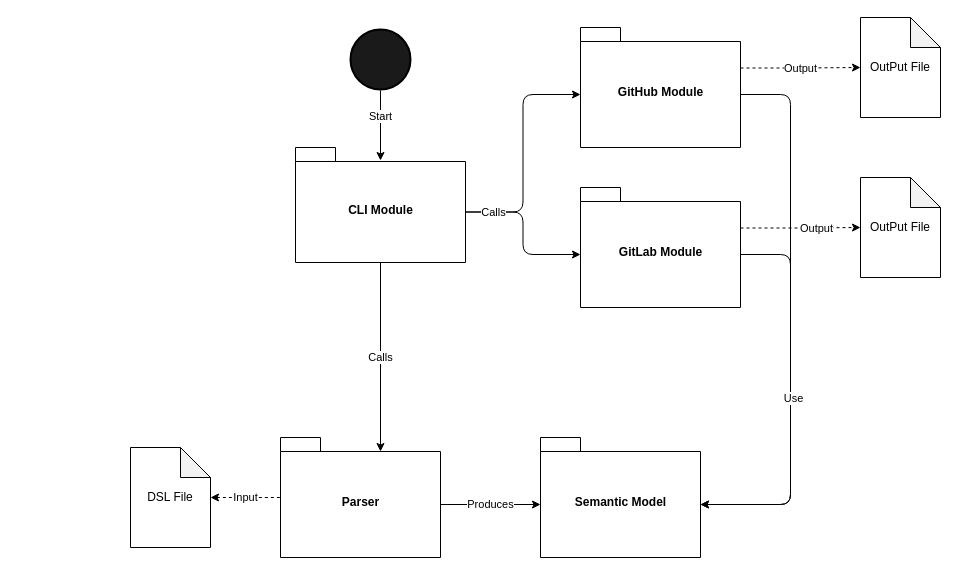
Earlier version of the draw.io diagram page "SystemOverview" (1 of 6) of documentation/diagrams/SystemOverview.drawio (Tobiaskr12/SingularCI). Source tidied: cells renumbered, new cells numbered last; positions are measured from the earlier drawing's top-left corner, leaving out a move shared by most shapes. Both pictures are drawn from the tidied source at 100%, with x=0, y=0 at pixel (130, 17).
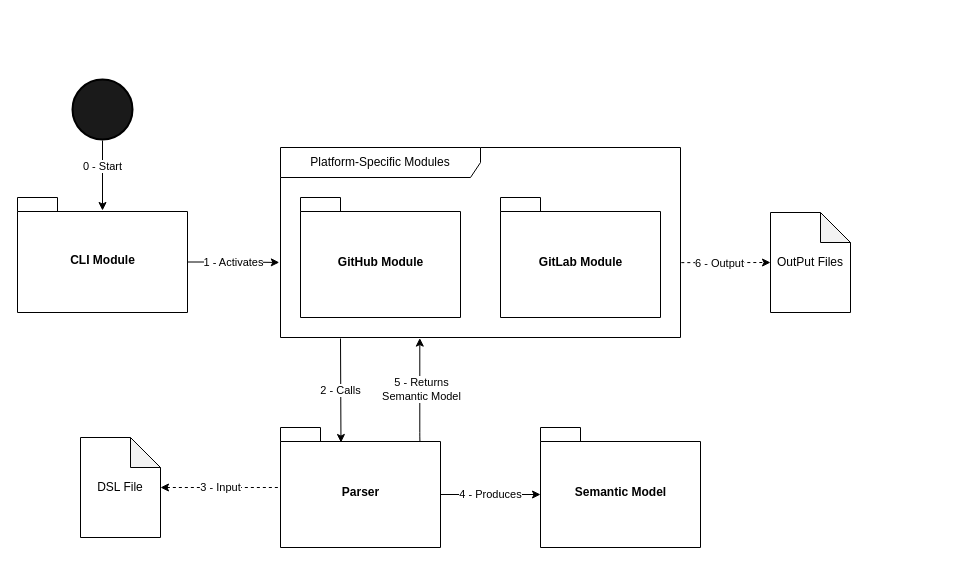
After the change.

The edit, as a diff of the source:
```diff
@@
-    <mxCell id="2" value="Calls" style="edgeStyle=none;html=1;exitX=0.5;exitY=1;exitDx=0;exitDy=0;exitPerimeter=0;entryX=0;entryY=0;entryDx=100;entryDy=14;entryPerimeter=0;startArrow=none;startFill=0;" parent="1" edge="1" source="5" target="7">
-      <mxGeometry relative="1" as="geometry" />
-    </mxCell>
-    <mxCell id="3" style="edgeStyle=orthogonalEdgeStyle;html=1;exitX=0;exitY=0;exitDx=170;exitDy=64.5;exitPerimeter=0;entryX=0;entryY=0;entryDx=0;entryDy=67;entryPerimeter=0;startArrow=none;startFill=0;endArrow=classic;endFill=1;" parent="1" edge="1" source="5" target="11">
-      <mxGeometry relative="1" as="geometry" />
-    </mxCell>
-    <mxCell id="4" value="Calls" style="edgeStyle=orthogonalEdgeStyle;html=1;exitX=0;exitY=0;exitDx=170;exitDy=64.5;exitPerimeter=0;entryX=0;entryY=0;entryDx=0;entryDy=67;entryPerimeter=0;startArrow=none;startFill=0;endArrow=classic;endFill=1;" parent="1" edge="1" source="5" target="16">
-      <mxGeometry x="-0.65" relative="1" as="geometry" />
-    </mxCell>
+    <mxCell id="24" value="Platform-Specific Modules" style="shape=umlFrame;whiteSpace=wrap;html=1;width=200;height=30;" parent="1" vertex="1">
+      <mxGeometry x="150" y="130" width="400" height="190" as="geometry" />
+    </mxCell>
+    <mxCell id="25" value="1 - Activates" style="edgeStyle=orthogonalEdgeStyle;html=1;exitX=0;exitY=0;exitDx=170;exitDy=64.5;exitPerimeter=0;entryX=-0.003;entryY=0.605;entryDx=0;entryDy=0;entryPerimeter=0;startArrow=none;startFill=0;endArrow=classic;endFill=1;" parent="1" edge="1" source="5" target="24">
+      <mxGeometry relative="1" as="geometry" />
+    </mxCell>
     <mxCell id="5" value="CLI Module" style="shape=folder;fontStyle=1;spacingTop=10;tabWidth=40;tabHeight=14;tabPosition=left;html=1;" parent="1" vertex="1">
-      <mxGeometry x="165" y="130" width="170" height="115" as="geometry" />
+      <mxGeometry x="-113" y="180" width="170" height="115" as="geometry" />
     </mxCell>
-    <mxCell id="6" value="Produces" style="edgeStyle=none;html=1;exitX=0;exitY=0;exitDx=160;exitDy=67;exitPerimeter=0;entryX=0;entryY=0;entryDx=0;entryDy=67;entryPerimeter=0;" parent="1" edge="1" source="7" target="8">
+    <mxCell id="6" value="4 - Produces" style="edgeStyle=none;html=1;exitX=0;exitY=0;exitDx=160;exitDy=67;exitPerimeter=0;entryX=0;entryY=0;entryDx=0;entryDy=67;entryPerimeter=0;" parent="1" edge="1" source="7" target="8">
       <mxGeometry relative="1" as="geometry" />
     </mxCell>
+    <mxCell id="26" value="2 - Calls" style="edgeStyle=orthogonalEdgeStyle;html=1;exitX=0.378;exitY=0.125;exitDx=0;exitDy=0;exitPerimeter=0;startArrow=classic;startFill=1;endArrow=none;endFill=0;" parent="1" edge="1" source="7">
+      <mxGeometry relative="1" as="geometry">
+        <mxPoint x="210" y="321" as="targetPoint" />
+      </mxGeometry>
+    </mxCell>
+    <mxCell id="27" style="edgeStyle=orthogonalEdgeStyle;html=1;exitX=0.878;exitY=0.108;exitDx=0;exitDy=0;exitPerimeter=0;entryX=0.362;entryY=0.998;entryDx=0;entryDy=0;entryPerimeter=0;startArrow=none;startFill=0;endArrow=classic;endFill=1;" parent="1" edge="1">
+      <mxGeometry relative="1" as="geometry">
+        <mxPoint x="290.5" y="424" as="sourcePoint" />
+        <mxPoint x="289.3" y="320.6" as="targetPoint" />
+        <Array as="points">
+          <mxPoint x="290" y="425" />
+          <mxPoint x="289" y="425" />
+        </Array>
+      </mxGeometry>
+    </mxCell>
+    <mxCell id="28" value="5 - Returns &lt;br&gt;Semantic Model" style="edgeLabel;html=1;align=center;verticalAlign=middle;" parent="27" vertex="1">
+      <mxGeometry x="0.32" y="1" relative="1" as="geometry">
+        <mxPoint x="2" y="14" as="offset" />
+      </mxGeometry>
+    </mxCell>
     <mxCell id="7" value="Parser" style="shape=folder;fontStyle=1;spacingTop=10;tabWidth=40;tabHeight=14;tabPosition=left;html=1;" parent="1" vertex="1">
-      <mxGeometry x="150" y="420" width="160" height="120" as="geometry" />
+      <mxGeometry x="150" y="410" width="160" height="120" as="geometry" />
     </mxCell>
     <mxCell id="8" value="Semantic Model" style="shape=folder;fontStyle=1;spacingTop=10;tabWidth=40;tabHeight=14;tabPosition=left;html=1;" parent="1" vertex="1">
-      <mxGeometry x="410" y="420" width="160" height="120" as="geometry" />
+      <mxGeometry x="410" y="410" width="160" height="120" as="geometry" />
     </mxCell>
-    <mxCell id="9" style="edgeStyle=orthogonalEdgeStyle;html=1;exitX=0;exitY=0;exitDx=160;exitDy=67;exitPerimeter=0;entryX=0;entryY=0;entryDx=160;entryDy=67;entryPerimeter=0;startArrow=none;startFill=0;endArrow=classic;endFill=1;" parent="1" edge="1" source="11" target="8">
-      <mxGeometry relative="1" as="geometry">
-        <Array as="points">
-          <mxPoint x="660" y="77" />
-          <mxPoint x="660" y="487" />
-        </Array>
-      </mxGeometry>
-    </mxCell>
-    <mxCell id="10" value="Output" style="edgeStyle=orthogonalEdgeStyle;html=1;exitX=0;exitY=0;exitDx=160;exitDy=40.5;exitPerimeter=0;entryX=0;entryY=0.5;entryDx=0;entryDy=0;entryPerimeter=0;startArrow=none;startFill=0;endArrow=classic;endFill=1;dashed=1;" parent="1" edge="1" source="11" target="20">
-      <mxGeometry relative="1" as="geometry" />
-    </mxCell>
     <mxCell id="11" value="GitHub Module" style="shape=folder;fontStyle=1;spacingTop=10;tabWidth=40;tabHeight=14;tabPosition=left;html=1;" parent="1" vertex="1">
-      <mxGeometry x="450" y="10" width="160" height="120" as="geometry" />
+      <mxGeometry x="170" y="180" width="160" height="120" as="geometry" />
     </mxCell>
-    <mxCell id="12" style="edgeStyle=orthogonalEdgeStyle;html=1;exitX=0;exitY=0;exitDx=160;exitDy=67;exitPerimeter=0;entryX=0;entryY=0;entryDx=160;entryDy=67;entryPerimeter=0;startArrow=none;startFill=0;endArrow=classic;endFill=1;" parent="1" edge="1" source="16" target="8">
-      <mxGeometry relative="1" as="geometry">
-        <Array as="points">
-          <mxPoint x="660" y="237" />
-          <mxPoint x="660" y="487" />
-        </Array>
-      </mxGeometry>
-    </mxCell>
-    <mxCell id="13" value="Use" style="edgeLabel;html=1;align=center;verticalAlign=middle;" parent="12" vertex="1">
-      <mxGeometry x="-0.01" y="2" relative="1" as="geometry" />
-    </mxCell>
-    <mxCell id="14" style="edgeStyle=orthogonalEdgeStyle;html=1;exitX=0;exitY=0;exitDx=160;exitDy=40.5;exitPerimeter=0;entryX=0;entryY=0.5;entryDx=0;entryDy=0;entryPerimeter=0;startArrow=none;startFill=0;endArrow=classic;endFill=1;dashed=1;" parent="1" edge="1" source="16" target="19">
+    <mxCell id="14" style="edgeStyle=orthogonalEdgeStyle;html=1;exitX=1.002;exitY=0.606;exitDx=0;exitDy=0;exitPerimeter=0;entryX=0;entryY=0.5;entryDx=0;entryDy=0;entryPerimeter=0;startArrow=none;startFill=0;endArrow=classic;endFill=1;dashed=1;" parent="1" edge="1" source="24" target="19">
       <mxGeometry relative="1" as="geometry" />
     </mxCell>
-    <mxCell id="15" value="Output" style="edgeLabel;html=1;align=center;verticalAlign=middle;" parent="14" vertex="1">
+    <mxCell id="15" value="6 - Output" style="edgeLabel;html=1;align=center;verticalAlign=middle;" parent="14" vertex="1">
       <mxGeometry x="0.24" relative="1" as="geometry">
-        <mxPoint x="1" as="offset" />
+        <mxPoint x="-17" as="offset" />
       </mxGeometry>
     </mxCell>
     <mxCell id="16" value="GitLab Module" style="shape=folder;fontStyle=1;spacingTop=10;tabWidth=40;tabHeight=14;tabPosition=left;html=1;" parent="1" vertex="1">
-      <mxGeometry x="450" y="170" width="160" height="120" as="geometry" />
+      <mxGeometry x="370" y="180" width="160" height="120" as="geometry" />
     </mxCell>
-    <mxCell id="17" value="Input" style="edgeStyle=none;html=1;dashed=1;startArrow=classic;startFill=1;endArrow=none;endFill=0;" parent="1" edge="1" source="18" target="7">
+    <mxCell id="17" value="3 - Input" style="edgeStyle=none;html=1;dashed=1;startArrow=classic;startFill=1;endArrow=none;endFill=0;" parent="1" edge="1" source="18" target="7">
       <mxGeometry relative="1" as="geometry" />
     </mxCell>
     <mxCell id="18" value="DSL File" style="shape=note;whiteSpace=wrap;html=1;backgroundOutline=1;darkOpacity=0.05;" parent="1" vertex="1">
-      <mxGeometry y="430" width="80" height="100" as="geometry" />
+      <mxGeometry x="-50" y="420" width="80" height="100" as="geometry" />
     </mxCell>
-    <mxCell id="19" value="OutPut File" style="shape=note;whiteSpace=wrap;html=1;backgroundOutline=1;darkOpacity=0.05;" parent="1" vertex="1">
-      <mxGeometry x="730" y="160" width="80" height="100" as="geometry" />
+    <mxCell id="19" value="OutPut Files" style="shape=note;whiteSpace=wrap;html=1;backgroundOutline=1;darkOpacity=0.05;" parent="1" vertex="1">
+      <mxGeometry x="640" y="195" width="80" height="100" as="geometry" />
     </mxCell>
-    <mxCell id="20" value="OutPut File" style="shape=note;whiteSpace=wrap;html=1;backgroundOutline=1;darkOpacity=0.05;" parent="1" vertex="1">
-      <mxGeometry x="730" width="80" height="100" as="geometry" />
-    </mxCell>
     <mxCell id="21" style="edgeStyle=none;html=1;exitX=0.5;exitY=1;exitDx=0;exitDy=0;exitPerimeter=0;startArrow=none;startFill=0;endArrow=classic;endFill=1;" parent="1" edge="1">
       <mxGeometry relative="1" as="geometry">
-        <mxPoint x="250" y="73" as="sourcePoint" />
-        <mxPoint x="250" y="143" as="targetPoint" />
+        <mxPoint x="-28" y="123" as="sourcePoint" />
+        <mxPoint x="-28" y="193" as="targetPoint" />
       </mxGeometry>
     </mxCell>
-    <mxCell id="22" value="Start" style="edgeLabel;html=1;align=center;verticalAlign=middle;" parent="21" vertex="1">
+    <mxCell id="22" value="0 - Start" style="edgeLabel;html=1;align=center;verticalAlign=middle;" parent="21" vertex="1">
       <mxGeometry x="-0.3" y="-1" relative="1" as="geometry" />
     </mxCell>
     <mxCell id="23" style="strokeWidth=2;html=1;shape=mxgraph.flowchart.start_2;whiteSpace=wrap;fillColor=#1A1A1A;" parent="1" vertex="1">
-      <mxGeometry x="220" y="12" width="60" height="60" as="geometry" />
+      <mxGeometry x="-58" y="62" width="60" height="60" as="geometry" />
     </mxCell>
```
